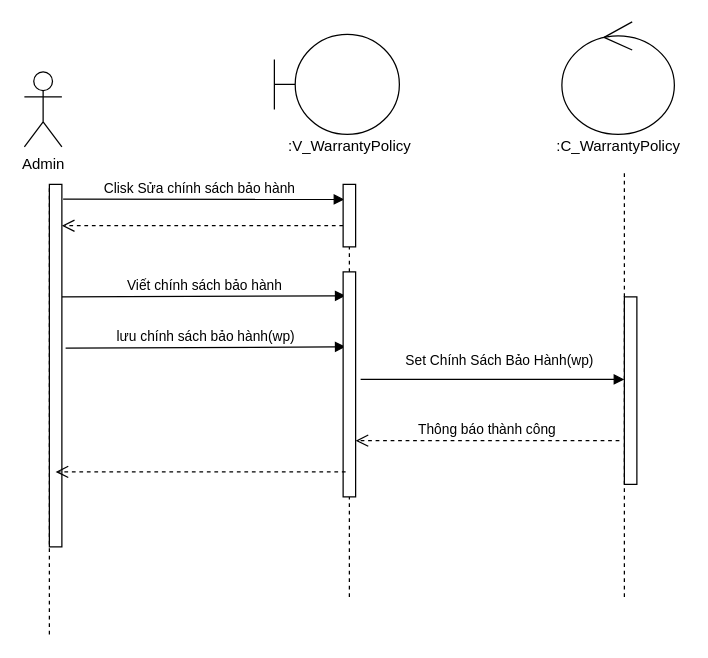
Before: Sequence/SuaChinhSachBaoHanh.drawio in hoangminh15/PTTKHT, a draw.io diagram. Source tidied: cells renumbered, new cells numbered last; positions are measured from the earlier drawing's top-left corner, leaving out a move shared by most shapes. Both pictures are drawn from the tidied source at 125%, with x=0, y=0 at pixel (24, 21).
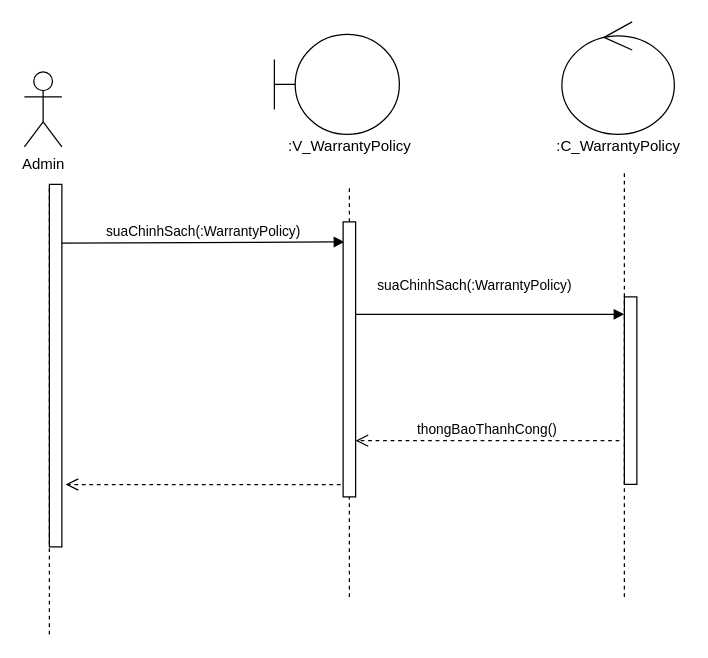
After the change.

The change refers to these unchanged cells:
```xml
<mxCell id="16" style="html=1;points=[];perimeter=orthogonalPerimeter;" parent="1" vertex="1">
  <mxGeometry x="20" y="130" width="10" height="290" as="geometry" />
</mxCell>
<mxCell id="21" style="html=1;points=[];perimeter=orthogonalPerimeter;" parent="1" vertex="1">
  <mxGeometry x="480" y="220" width="10" height="150" as="geometry" />
</mxCell>
```

The edit, as a diff of the source:
```diff
@@
-    <mxCell id="2" value="Clisk Sửa chính sách bảo hành" style="html=1;verticalAlign=bottom;endArrow=block;exitX=1.1;exitY=0.041;exitDx=0;exitDy=0;exitPerimeter=0;entryX=0.1;entryY=0.24;entryDx=0;entryDy=0;entryPerimeter=0;" parent="1" edge="1" source="16" target="14">
-      <mxGeometry x="-0.03" relative="1" as="geometry" />
-    </mxCell>
-    <mxCell id="3" style="html=1;verticalAlign=bottom;endArrow=open;dashed=1;endSize=8;entryX=1;entryY=0.114;entryDx=0;entryDy=0;entryPerimeter=0;exitX=0;exitY=0.66;exitDx=0;exitDy=0;exitPerimeter=0;" parent="1" edge="1" source="14" target="16">
-      <mxGeometry relative="1" as="geometry" />
-    </mxCell>
-    <mxCell id="4" value="Viết chính sách bảo hành" style="html=1;verticalAlign=bottom;endArrow=block;exitX=1;exitY=0.345;exitDx=0;exitDy=0;exitPerimeter=0;entryX=0.2;entryY=0.106;entryDx=0;entryDy=0;entryPerimeter=0;" parent="1" edge="1" target="17">
-      <mxGeometry relative="1" as="geometry">
-        <mxPoint x="30" y="220" as="sourcePoint" />
-      </mxGeometry>
-    </mxCell>
-    <mxCell id="5" value="lưu chính sách bảo hành(wp)" style="html=1;verticalAlign=bottom;endArrow=block;exitX=1.3;exitY=0.452;exitDx=0;exitDy=0;exitPerimeter=0;entryX=0.2;entryY=0.333;entryDx=0;entryDy=0;entryPerimeter=0;" parent="1" edge="1" source="16" target="17">
+    <mxCell id="5" value="suaChinhSach(:WarrantyPolicy)" style="html=1;verticalAlign=bottom;endArrow=block;exitX=0.9;exitY=0.162;exitDx=0;exitDy=0;exitPerimeter=0;entryX=0.1;entryY=0.073;entryDx=0;entryDy=0;entryPerimeter=0;" parent="1" edge="1" source="16" target="17">
       <mxGeometry relative="1" as="geometry" />
     </mxCell>
-    <mxCell id="6" value="Set Chính Sách Bảo Hành(wp)" style="html=1;verticalAlign=bottom;endArrow=block;exitX=1.4;exitY=0.478;exitDx=0;exitDy=0;exitPerimeter=0;" parent="1" edge="1" source="17" target="21">
-      <mxGeometry x="0.05" y="6" relative="1" as="geometry" />
+    <mxCell id="6" value="suaChinhSach(:WarrantyPolicy)" style="html=1;verticalAlign=bottom;endArrow=block;exitX=1;exitY=0.336;exitDx=0;exitDy=0;exitPerimeter=0;" parent="1" edge="1" source="17" target="21">
+      <mxGeometry x="-0.12" y="14" relative="1" as="geometry" />
     </mxCell>
-    <mxCell id="7" value="&lt;div&gt;Thông báo thành công&lt;/div&gt;" style="html=1;verticalAlign=bottom;endArrow=open;dashed=1;endSize=8;exitX=-0.4;exitY=0.767;exitDx=0;exitDy=0;exitPerimeter=0;" parent="1" edge="1" source="21" target="17">
+    <mxCell id="7" value="&lt;div&gt;thongBaoThanhCong()&lt;/div&gt;" style="html=1;verticalAlign=bottom;endArrow=open;dashed=1;endSize=8;exitX=-0.4;exitY=0.767;exitDx=0;exitDy=0;exitPerimeter=0;" parent="1" edge="1" source="21" target="17">
       <mxGeometry relative="1" as="geometry" />
     </mxCell>
@@
-    <mxCell id="13" style="endArrow=none;dashed=1;html=1;" parent="1" edge="1" source="14">
+    <mxCell id="13" style="endArrow=none;dashed=1;html=1;" parent="1" edge="1">
       <mxGeometry relative="1" as="geometry">
+        <mxPoint x="259.5" y="130" as="sourcePoint" />
         <mxPoint x="259.5" y="130" as="targetPoint" />
       </mxGeometry>
     </mxCell>
-    <mxCell id="14" style="html=1;points=[];perimeter=orthogonalPerimeter;" parent="1" vertex="1">
-      <mxGeometry x="255" y="130" width="10" height="50" as="geometry" />
-    </mxCell>
-    <mxCell id="15" style="endArrow=none;dashed=1;html=1;" parent="1" edge="1" source="17" target="14">
-      <mxGeometry relative="1" as="geometry" />
+    <mxCell id="15" style="endArrow=none;dashed=1;html=1;" parent="1" edge="1" source="17">
+      <mxGeometry relative="1" as="geometry">
+        <mxPoint x="260" y="130" as="targetPoint" />
+      </mxGeometry>
     </mxCell>
@@
     <mxCell id="17" style="html=1;points=[];perimeter=orthogonalPerimeter;" parent="1" vertex="1">
-      <mxGeometry x="255" y="200" width="10" height="180" as="geometry" />
+      <mxGeometry x="255" y="160" width="10" height="220" as="geometry" />
     </mxCell>
@@
-    <mxCell id="22" style="html=1;verticalAlign=bottom;endArrow=open;dashed=1;endSize=8;exitX=0.2;exitY=0.889;exitDx=0;exitDy=0;exitPerimeter=0;" parent="1" edge="1" source="17">
-      <mxGeometry relative="1" as="geometry">
-        <mxPoint x="25" y="360" as="targetPoint" />
-      </mxGeometry>
+    <mxCell id="22" style="html=1;verticalAlign=bottom;endArrow=open;dashed=1;endSize=8;exitX=-0.2;exitY=0.955;exitDx=0;exitDy=0;exitPerimeter=0;entryX=1.3;entryY=0.828;entryDx=0;entryDy=0;entryPerimeter=0;" parent="1" edge="1" source="17" target="16">
+      <mxGeometry relative="1" as="geometry" />
     </mxCell>
```
